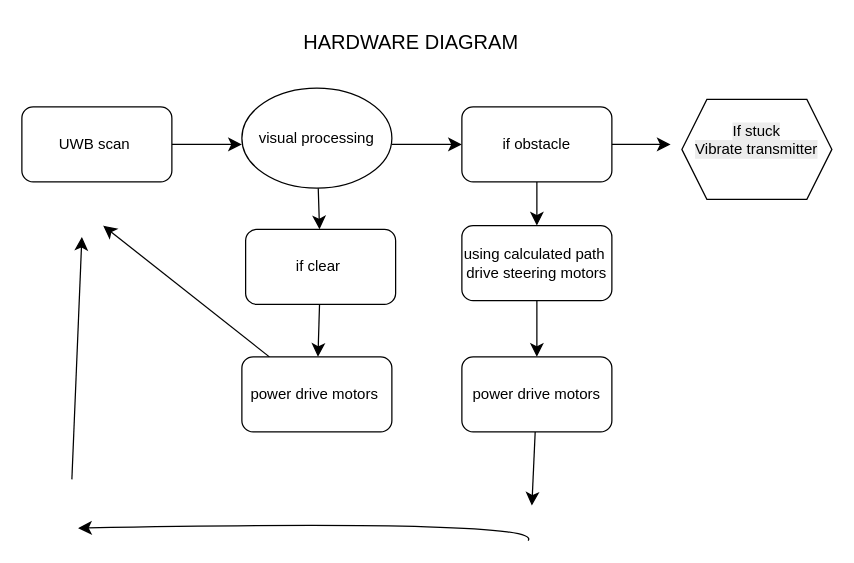
The draw.io diagram page "Page-2" (2 of 3) of diagrams/ProgramFlow.drawio in BowieJames/FollowMe, before the edit. Source tidied: cells renumbered, new cells numbered last; positions are measured from the earlier drawing's top-left corner, leaving out a move shared by most shapes. Both pictures are drawn from the tidied source at 125%, with x=0, y=0 at pixel (21, 21).
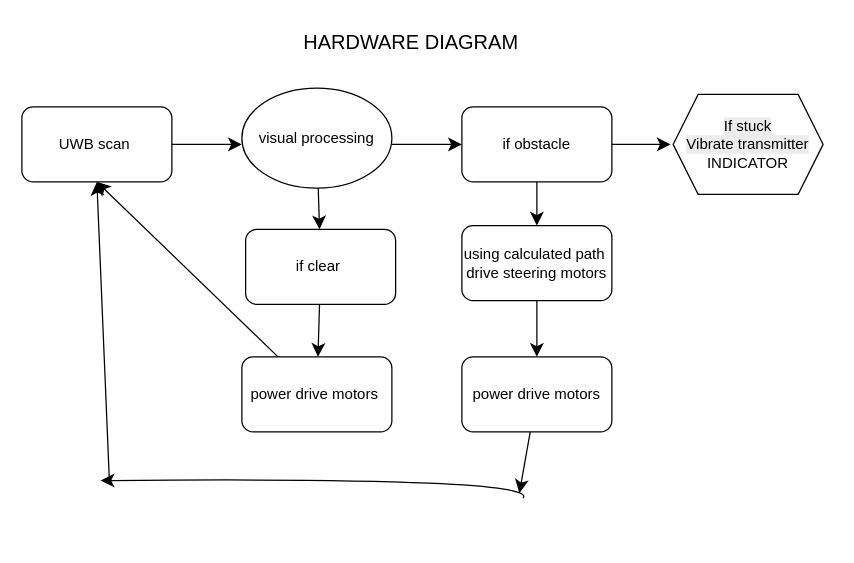
After the change.

The change refers to these unchanged cells:
```xml
<mxCell id="5" value="power drive motors&amp;nbsp;" style="rounded=1;whiteSpace=wrap;html=1;" parent="1" vertex="1">
  <mxGeometry x="176" y="268" width="120" height="60" as="geometry" />
</mxCell>
<mxCell id="12" value="power drive motors" style="rounded=1;whiteSpace=wrap;html=1;" parent="1" vertex="1">
  <mxGeometry x="352" y="268" width="120" height="60" as="geometry" />
</mxCell>
<mxCell id="14" value="UWB scan&amp;nbsp;" style="rounded=1;whiteSpace=wrap;html=1;" parent="1" vertex="1">
  <mxGeometry y="68" width="120" height="60" as="geometry" />
</mxCell>
```

What changed in the source:
```diff
@@
-    <mxCell id="4" style="edgeStyle=none;curved=1;rounded=0;jettySize=auto;html=1;fontSize=12;startSize=8;endSize=8;" parent="1" edge="1" source="5">
-      <mxGeometry relative="1" as="geometry">
-        <mxPoint x="65" y="163" as="targetPoint" />
-      </mxGeometry>
+    <mxCell id="4" style="edgeStyle=none;curved=1;rounded=0;jettySize=auto;html=1;fontSize=12;startSize=8;endSize=8;entryX=0.5;entryY=1;entryDx=0;entryDy=0;" parent="1" edge="1" source="5" target="14">
+      <mxGeometry relative="1" as="geometry" />
     </mxCell>
@@
     <mxCell id="11" style="edgeStyle=none;curved=1;rounded=0;jettySize=auto;html=1;fontSize=12;startSize=8;endSize=8;" parent="1" edge="1" source="12">
       <mxGeometry relative="1" as="geometry">
-        <mxPoint x="408" y="387" as="targetPoint" />
+        <mxPoint x="398" y="377" as="targetPoint" />
       </mxGeometry>
     </mxCell>
@@
     <mxCell id="17" style="endArrow=classic;html=1;rounded=0;fontSize=12;startSize=8;endSize=8;curved=1;" parent="1" edge="1">
       <mxGeometry relative="1" as="geometry">
-        <mxPoint x="405" y="415" as="sourcePoint" />
-        <mxPoint x="45" y="405" as="targetPoint" />
+        <mxPoint x="401" y="381" as="sourcePoint" />
+        <mxPoint x="63" y="367" as="targetPoint" />
         <Array as="points">
-          <mxPoint x="419" y="398" />
+          <mxPoint x="415" y="364" />
         </Array>
       </mxGeometry>
     </mxCell>
-    <mxCell id="18" style="endArrow=classic;html=1;rounded=0;fontSize=12;startSize=8;endSize=8;curved=1;" parent="1" edge="1">
+    <mxCell id="18" style="endArrow=classic;html=1;rounded=0;fontSize=12;startSize=8;endSize=8;curved=1;entryX=0.5;entryY=1;entryDx=0;entryDy=0;" parent="1" edge="1" target="14">
       <mxGeometry relative="1" as="geometry">
-        <mxPoint x="40" y="366" as="sourcePoint" />
-        <mxPoint x="48" y="172" as="targetPoint" />
+        <mxPoint x="70" y="367" as="sourcePoint" />
       </mxGeometry>
     </mxCell>
-    <mxCell id="19" value="&#10;&lt;span style=&quot;color: rgb(0, 0, 0); font-family: Helvetica; font-size: 12px; font-style: normal; font-variant-ligatures: normal; font-variant-caps: normal; font-weight: 400; letter-spacing: normal; orphans: 2; text-align: center; text-indent: 0px; text-transform: none; widows: 2; word-spacing: 0px; -webkit-text-stroke-width: 0px; white-space: normal; background-color: rgb(236, 236, 236); text-decoration-thickness: initial; text-decoration-style: initial; text-decoration-color: initial; display: inline !important; float: none;&quot;&gt;If stuck&lt;/span&gt;&lt;div style=&quot;forced-color-adjust: none; color: rgb(0, 0, 0); font-family: Helvetica; font-size: 12px; font-style: normal; font-variant-ligatures: normal; font-variant-caps: normal; font-weight: 400; letter-spacing: normal; orphans: 2; text-align: center; text-indent: 0px; text-transform: none; widows: 2; word-spacing: 0px; -webkit-text-stroke-width: 0px; white-space: normal; background-color: rgb(236, 236, 236); text-decoration-thickness: initial; text-decoration-style: initial; text-decoration-color: initial;&quot;&gt;Vibrate transmitter&lt;/div&gt;&#10;&#10;" style="shape=hexagon;perimeter=hexagonPerimeter2;whiteSpace=wrap;html=1;fixedSize=1;" parent="1" vertex="1">
-      <mxGeometry x="528" y="62" width="120" height="80" as="geometry" />
+    <mxCell id="19" value="&lt;br&gt;&lt;span style=&quot;color: rgb(0, 0, 0); font-family: Helvetica; font-size: 12px; font-style: normal; font-variant-ligatures: normal; font-variant-caps: normal; font-weight: 400; letter-spacing: normal; orphans: 2; text-align: center; text-indent: 0px; text-transform: none; widows: 2; word-spacing: 0px; -webkit-text-stroke-width: 0px; white-space: normal; background-color: rgb(236, 236, 236); text-decoration-thickness: initial; text-decoration-style: initial; text-decoration-color: initial; float: none; display: inline !important;&quot;&gt;If stuck&lt;/span&gt;&lt;div style=&quot;forced-color-adjust: none; color: rgb(0, 0, 0); font-family: Helvetica; font-size: 12px; font-style: normal; font-variant-ligatures: normal; font-variant-caps: normal; font-weight: 400; letter-spacing: normal; orphans: 2; text-align: center; text-indent: 0px; text-transform: none; widows: 2; word-spacing: 0px; -webkit-text-stroke-width: 0px; white-space: normal; background-color: rgb(236, 236, 236); text-decoration-thickness: initial; text-decoration-style: initial; text-decoration-color: initial;&quot;&gt;Vibrate transmitter&lt;/div&gt;INDICATOR&lt;div&gt;&lt;br/&gt;&lt;/div&gt;" style="shape=hexagon;perimeter=hexagonPerimeter2;whiteSpace=wrap;html=1;fixedSize=1;" parent="1" vertex="1">
+      <mxGeometry x="521" y="58" width="120" height="80" as="geometry" />
     </mxCell>
```
